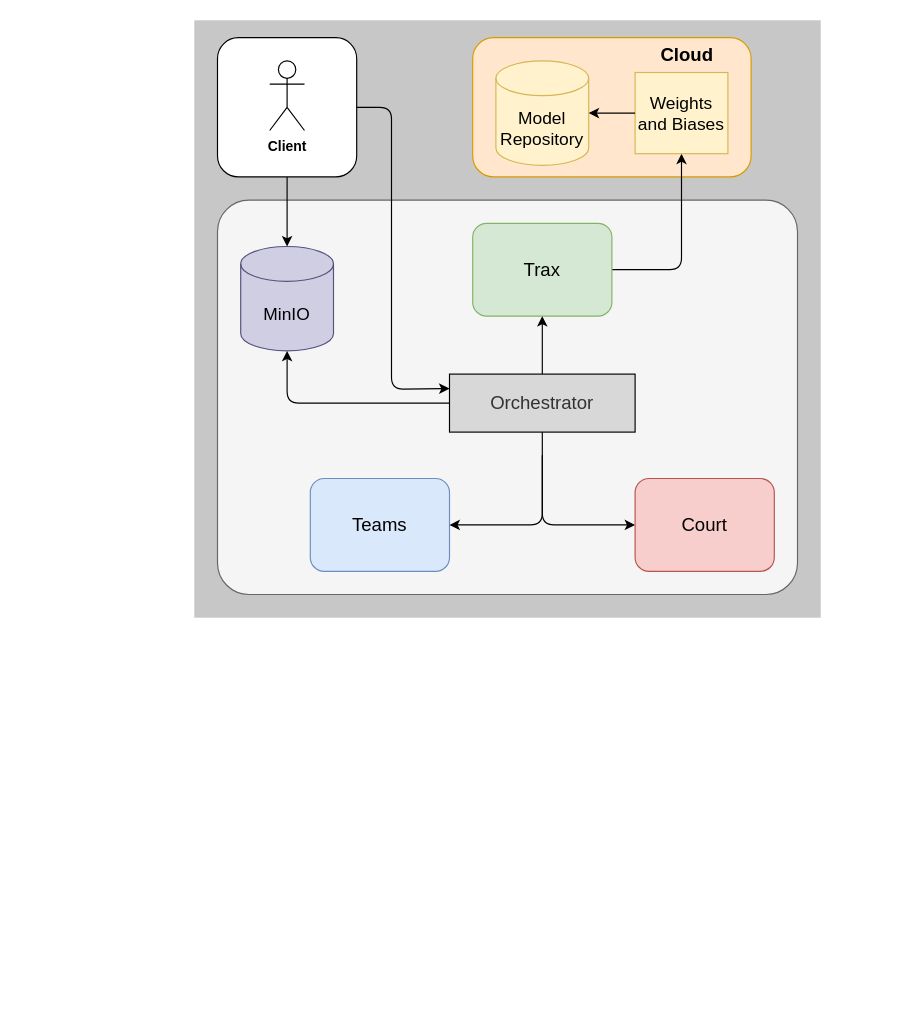
mosmar99/Basketball-Tracker keeps this draw.io diagram as bt_architecture.drawio. Above is the earlier version. Source tidied: cells renumbered, new cells numbered last; positions are measured from the earlier drawing's top-left corner, leaving out a move shared by most shapes. Both pictures are drawn from the tidied source at 116%, with x=0, y=0 at pixel (194, 20).
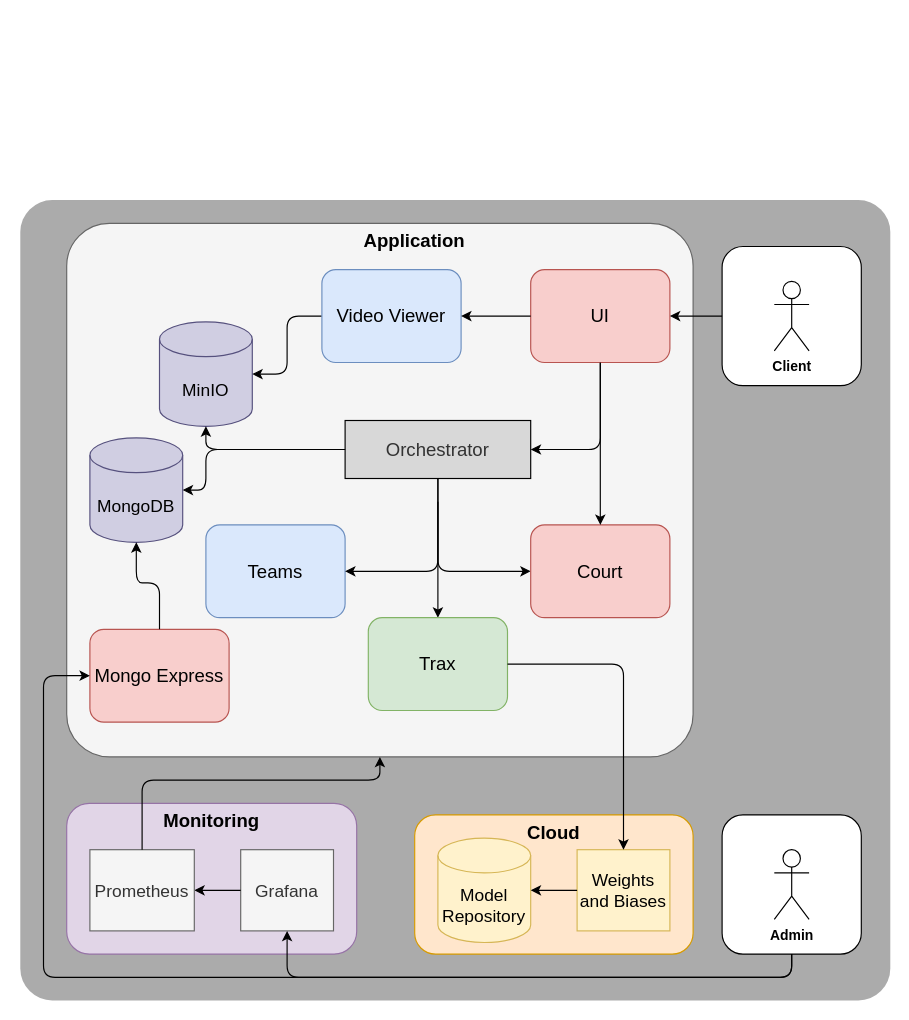
Above is the later version.

Diff of the diagram source:
```diff
@@
-    <mxCell id="2" style="rounded=0;whiteSpace=wrap;html=1;fillColor=#C7C7C7;fontColor=#333333;strokeColor=none;arcSize=5;" parent="1" vertex="1">
-      <mxGeometry width="540" height="515" as="geometry" />
-    </mxCell>
+    <mxCell id="24" style="rounded=1;whiteSpace=wrap;html=1;fillColor=#ABABAB;strokeColor=none;arcSize=4;fontColor=#333333;" parent="1" vertex="1">
+      <mxGeometry x="-150" y="155" width="750" height="690" as="geometry" />
+    </mxCell>
+    <mxCell id="4" style="rounded=1;whiteSpace=wrap;html=1;fontStyle=1;fillColor=#ffe6cc;strokeColor=#d79b00;" parent="1" vertex="1">
+      <mxGeometry x="190" y="685" width="240" height="120" as="geometry" />
+    </mxCell>
+    <mxCell id="12" value="&lt;font style=&quot;font-size: 15px;&quot;&gt;Weights and Biases&lt;/font&gt;" style="rounded=0;whiteSpace=wrap;html=1;fillColor=#fff2cc;strokeColor=#d6b656;" parent="1" vertex="1">
+      <mxGeometry x="330" y="715" width="80" height="70" as="geometry" />
+    </mxCell>
+    <mxCell id="13" value="&lt;font style=&quot;font-size: 15px;&quot;&gt;Model&lt;/font&gt;&lt;div&gt;&lt;font style=&quot;font-size: 15px;&quot;&gt;Repository&lt;/font&gt;&lt;/div&gt;" style="shape=cylinder3;whiteSpace=wrap;html=1;boundedLbl=1;backgroundOutline=1;size=15;fillColor=#fff2cc;strokeColor=#d6b656;" parent="1" vertex="1">
+      <mxGeometry x="210" y="705" width="80" height="90" as="geometry" />
+    </mxCell>
+    <mxCell id="15" style="edgeStyle=none;html=1;entryX=1;entryY=0.5;entryDx=0;entryDy=0;entryPerimeter=0;" parent="1" edge="1" source="12" target="13">
+      <mxGeometry relative="1" as="geometry" />
+    </mxCell>
+    <mxCell id="16" value="&lt;b&gt;Cloud&lt;/b&gt;" style="text;html=1;align=center;verticalAlign=middle;whiteSpace=wrap;rounded=0;fontSize=16;" parent="1" vertex="1">
+      <mxGeometry x="275" y="685" width="70" height="30" as="geometry" />
+    </mxCell>
+    <mxCell id="20" style="rounded=1;whiteSpace=wrap;html=1;" parent="1" vertex="1">
+      <mxGeometry x="455" y="195" width="120" height="120" as="geometry" />
+    </mxCell>
+    <mxCell id="21" value="&lt;b&gt;Client&lt;/b&gt;" style="shape=umlActor;verticalLabelPosition=bottom;verticalAlign=top;html=1;" parent="1" vertex="1">
+      <mxGeometry x="500" y="225" width="30" height="60" as="geometry" />
+    </mxCell>
     <mxCell id="3" style="rounded=1;whiteSpace=wrap;html=1;fillColor=#f5f5f5;strokeColor=#666666;arcSize=8;fontColor=#333333;" parent="1" vertex="1">
-      <mxGeometry x="20" y="155" width="500" height="340" as="geometry" />
+      <mxGeometry x="-110" y="175" width="540" height="460" as="geometry" />
     </mxCell>
-    <mxCell id="4" style="rounded=1;whiteSpace=wrap;html=1;fontStyle=1;fillColor=#ffe6cc;strokeColor=#d79b00;" parent="1" vertex="1">
-      <mxGeometry x="240" y="15" width="240" height="120" as="geometry" />
-    </mxCell>
     <mxCell id="5" style="edgeStyle=none;html=1;entryX=0;entryY=0.5;entryDx=0;entryDy=0;exitX=0.5;exitY=1;exitDx=0;exitDy=0;exitPerimeter=0;" parent="1" edge="1" source="7" target="11">
       <mxGeometry relative="1" as="geometry">
         <Array as="points">
-          <mxPoint x="300" y="435" />
+          <mxPoint x="210" y="475" />
         </Array>
       </mxGeometry>
     </mxCell>
-    <mxCell id="6" style="edgeStyle=none;html=1;entryX=0.5;entryY=1;entryDx=0;entryDy=0;" parent="1" edge="1" source="7" target="9">
+    <mxCell id="6" style="edgeStyle=orthogonalEdgeStyle;rounded=0;jettySize=auto;html=1;entryX=0.5;entryY=0;entryDx=0;entryDy=0;" parent="1" edge="1" source="7" target="9">
       <mxGeometry relative="1" as="geometry" />
     </mxCell>
     <mxCell id="7" value="&lt;font style=&quot;font-size: 16px;&quot;&gt;Orchestrator&lt;/font&gt;" style="rounded=0;whiteSpace=wrap;html=1;fillColor=#D8D8D8;strokeColor=#000000;fontColor=#333333;" parent="1" vertex="1">
-      <mxGeometry x="220" y="305" width="160" height="50" as="geometry" />
+      <mxGeometry x="130" y="345" width="160" height="50" as="geometry" />
     </mxCell>
-    <mxCell id="8" style="edgeStyle=none;html=1;entryX=0.5;entryY=1;entryDx=0;entryDy=0;" parent="1" edge="1" source="9" target="12">
-      <mxGeometry relative="1" as="geometry">
-        <Array as="points">
-          <mxPoint x="420" y="215" />
-        </Array>
-      </mxGeometry>
-    </mxCell>
-    <mxCell id="9" value="&lt;font style=&quot;font-size: 16px;&quot;&gt;Trax&lt;/font&gt;" style="rounded=1;whiteSpace=wrap;html=1;fillColor=#d5e8d4;strokeColor=#82b366;" parent="1" vertex="1">
-      <mxGeometry x="240" y="175" width="120" height="80" as="geometry" />
-    </mxCell>
     <mxCell id="10" value="&lt;font style=&quot;font-size: 16px;&quot;&gt;Teams&lt;/font&gt;" style="rounded=1;whiteSpace=wrap;html=1;fillColor=#dae8fc;strokeColor=#6c8ebf;" parent="1" vertex="1">
-      <mxGeometry x="100" y="395" width="120" height="80" as="geometry" />
+      <mxGeometry x="10" y="435" width="120" height="80" as="geometry" />
     </mxCell>
     <mxCell id="11" value="&lt;font style=&quot;font-size: 16px;&quot;&gt;Court&lt;/font&gt;" style="rounded=1;whiteSpace=wrap;html=1;fillColor=#f8cecc;strokeColor=#b85450;" parent="1" vertex="1">
-      <mxGeometry x="380" y="395" width="120" height="80" as="geometry" />
+      <mxGeometry x="290" y="435" width="120" height="80" as="geometry" />
     </mxCell>
-    <mxCell id="12" value="&lt;font style=&quot;font-size: 15px;&quot;&gt;Weights and Biases&lt;/font&gt;" style="rounded=0;whiteSpace=wrap;html=1;fillColor=#fff2cc;strokeColor=#d6b656;" parent="1" vertex="1">
-      <mxGeometry x="380" y="45" width="80" height="70" as="geometry" />
-    </mxCell>
-    <mxCell id="13" value="&lt;font style=&quot;font-size: 15px;&quot;&gt;Model&lt;/font&gt;&lt;div&gt;&lt;font style=&quot;font-size: 15px;&quot;&gt;Repository&lt;/font&gt;&lt;/div&gt;" style="shape=cylinder3;whiteSpace=wrap;html=1;boundedLbl=1;backgroundOutline=1;size=15;fillColor=#fff2cc;strokeColor=#d6b656;" parent="1" vertex="1">
-      <mxGeometry x="260" y="35" width="80" height="90" as="geometry" />
-    </mxCell>
     <mxCell id="14" style="edgeStyle=none;html=1;entryX=0;entryY=0.5;entryDx=0;entryDy=0;" parent="1" edge="1">
       <mxGeometry relative="1" as="geometry">
-        <mxPoint x="300" y="375" as="sourcePoint" />
-        <mxPoint x="220" y="435" as="targetPoint" />
+        <mxPoint x="210" y="415" as="sourcePoint" />
+        <mxPoint x="130" y="475" as="targetPoint" />
         <Array as="points">
-          <mxPoint x="300" y="435" />
+          <mxPoint x="210" y="475" />
         </Array>
       </mxGeometry>
     </mxCell>
-    <mxCell id="15" style="edgeStyle=none;html=1;entryX=1;entryY=0.5;entryDx=0;entryDy=0;entryPerimeter=0;" parent="1" edge="1" source="12" target="13">
-      <mxGeometry relative="1" as="geometry" />
-    </mxCell>
-    <mxCell id="16" value="&lt;b&gt;Cloud&lt;/b&gt;" style="text;html=1;align=center;verticalAlign=middle;whiteSpace=wrap;rounded=0;fontSize=16;" parent="1" vertex="1">
-      <mxGeometry x="390" y="15" width="70" height="30" as="geometry" />
-    </mxCell>
     <mxCell id="17" value="&lt;span style=&quot;font-size: 15px;&quot;&gt;MinIO&lt;/span&gt;" style="shape=cylinder3;whiteSpace=wrap;html=1;boundedLbl=1;backgroundOutline=1;size=15;fillColor=#d0cee2;strokeColor=#56517e;" parent="1" vertex="1">
-      <mxGeometry x="40" y="195" width="80" height="90" as="geometry" />
+      <mxGeometry x="-30" y="260" width="80" height="90" as="geometry" />
     </mxCell>
     <mxCell id="18" style="edgeStyle=none;html=1;entryX=0.5;entryY=1;entryDx=0;entryDy=0;entryPerimeter=0;" parent="1" edge="1" source="7" target="17">
       <mxGeometry relative="1" as="geometry">
         <Array as="points">
-          <mxPoint x="80" y="330" />
+          <mxPoint x="10" y="370" />
         </Array>
       </mxGeometry>
     </mxCell>
-    <mxCell id="19" style="group;" parent="1" vertex="1">
-      <mxGeometry x="20" y="15" width="570" height="570" as="geometry" />
-    </mxCell>
-    <mxCell id="20" style="rounded=1;whiteSpace=wrap;html=1;" parent="19" vertex="1">
-      <mxGeometry width="120" height="120" as="geometry" />
-    </mxCell>
-    <mxCell id="21" value="&lt;b&gt;Client&lt;/b&gt;" style="shape=umlActor;verticalLabelPosition=bottom;verticalAlign=top;html=1;" parent="19" vertex="1">
-      <mxGeometry x="45" y="20" width="30" height="60" as="geometry" />
-    </mxCell>
-    <mxCell id="22" style="edgeStyle=none;html=1;entryX=0.5;entryY=0;entryDx=0;entryDy=0;entryPerimeter=0;" parent="1" edge="1" source="20" target="17">
-      <mxGeometry relative="1" as="geometry" />
-    </mxCell>
-    <mxCell id="23" style="edgeStyle=none;html=1;entryX=0;entryY=0.25;entryDx=0;entryDy=0;" parent="1" edge="1" source="20" target="7">
-      <mxGeometry relative="1" as="geometry">
-        <Array as="points">
-          <mxPoint x="170" y="75" />
-          <mxPoint x="170" y="318" />
-        </Array>
-      </mxGeometry>
-    </mxCell>
+    <mxCell id="25" style="edgeStyle=orthogonalEdgeStyle;rounded=0;jettySize=auto;html=1;exitX=0.5;exitY=1;exitDx=0;exitDy=0;" parent="1" edge="1" source="26" target="11">
+      <mxGeometry relative="1" as="geometry" />
+    </mxCell>
+    <mxCell id="26" value="&lt;font style=&quot;font-size: 16px;&quot;&gt;UI&lt;/font&gt;" style="rounded=1;whiteSpace=wrap;html=1;fillColor=#f8cecc;strokeColor=#b85450;" parent="1" vertex="1">
+      <mxGeometry x="290" y="215" width="120" height="80" as="geometry" />
+    </mxCell>
+    <mxCell id="9" value="&lt;font style=&quot;font-size: 16px;&quot;&gt;Trax&lt;/font&gt;" style="rounded=1;whiteSpace=wrap;html=1;fillColor=#d5e8d4;strokeColor=#82b366;" parent="1" vertex="1">
+      <mxGeometry x="150" y="515" width="120" height="80" as="geometry" />
+    </mxCell>
+    <mxCell id="27" style="edgeStyle=none;html=1;entryX=1;entryY=0.5;entryDx=0;entryDy=0;" parent="1" edge="1" target="7">
+      <mxGeometry relative="1" as="geometry">
+        <mxPoint x="350" y="295" as="sourcePoint" />
+        <Array as="points">
+          <mxPoint x="350" y="370" />
+        </Array>
+      </mxGeometry>
+    </mxCell>
+    <mxCell id="28" style="edgeStyle=none;html=1;entryX=1;entryY=0.5;entryDx=0;entryDy=0;entryPerimeter=0;exitX=0;exitY=0.5;exitDx=0;exitDy=0;" parent="1" edge="1" source="45" target="17">
+      <mxGeometry relative="1" as="geometry">
+        <Array as="points">
+          <mxPoint x="80" y="255" />
+          <mxPoint x="80" y="305" />
+        </Array>
+      </mxGeometry>
+    </mxCell>
+    <mxCell id="8" style="edgeStyle=none;html=1;entryX=0.5;entryY=0;entryDx=0;entryDy=0;exitX=1;exitY=0.5;exitDx=0;exitDy=0;" parent="1" edge="1" source="9" target="12">
+      <mxGeometry relative="1" as="geometry">
+        <Array as="points">
+          <mxPoint x="370" y="555" />
+        </Array>
+      </mxGeometry>
+    </mxCell>
+    <mxCell id="29" style="edgeStyle=none;html=1;entryX=1;entryY=0.5;entryDx=0;entryDy=0;exitX=0;exitY=0.5;exitDx=0;exitDy=0;" parent="1" edge="1" source="20" target="26">
+      <mxGeometry relative="1" as="geometry">
+        <Array as="points">
+          <mxPoint x="440" y="255" />
+        </Array>
+      </mxGeometry>
+    </mxCell>
+    <mxCell id="30" value="&lt;b&gt;Application&lt;/b&gt;" style="text;html=1;align=center;verticalAlign=middle;whiteSpace=wrap;rounded=0;fontSize=16;" parent="1" vertex="1">
+      <mxGeometry x="155" y="175" width="70" height="30" as="geometry" />
+    </mxCell>
+    <mxCell id="31" style="rounded=1;whiteSpace=wrap;html=1;fontStyle=1;fillColor=#e1d5e7;strokeColor=#9673a6;" parent="1" vertex="1">
+      <mxGeometry x="-110" y="675" width="250" height="130" as="geometry" />
+    </mxCell>
+    <mxCell id="32" value="&lt;font style=&quot;font-size: 15px;&quot;&gt;Grafana&lt;/font&gt;" style="rounded=0;whiteSpace=wrap;html=1;fillColor=#f5f5f5;strokeColor=#666666;fontColor=#333333;" parent="1" vertex="1">
+      <mxGeometry x="40" y="715" width="80" height="70" as="geometry" />
+    </mxCell>
+    <mxCell id="33" style="edgeStyle=none;html=1;entryX=1;entryY=0.5;entryDx=0;entryDy=0;entryPerimeter=0;" parent="1" edge="1" source="32">
+      <mxGeometry relative="1" as="geometry">
+        <mxPoint y="750" as="targetPoint" />
+      </mxGeometry>
+    </mxCell>
+    <mxCell id="34" value="&lt;b&gt;Monitoring&lt;/b&gt;" style="text;html=1;align=center;verticalAlign=middle;whiteSpace=wrap;rounded=0;fontSize=16;" parent="1" vertex="1">
+      <mxGeometry x="-20" y="675" width="70" height="30" as="geometry" />
+    </mxCell>
+    <mxCell id="35" style="rounded=1;whiteSpace=wrap;html=1;" parent="1" vertex="1">
+      <mxGeometry x="455" y="685" width="120" height="120" as="geometry" />
+    </mxCell>
+    <mxCell id="36" value="&lt;b&gt;Admin&lt;/b&gt;" style="shape=umlActor;verticalLabelPosition=bottom;verticalAlign=top;html=1;" parent="1" vertex="1">
+      <mxGeometry x="500" y="715" width="30" height="60" as="geometry" />
+    </mxCell>
+    <mxCell id="37" value="&lt;span style=&quot;font-size: 15px;&quot;&gt;MongoDB&lt;/span&gt;" style="shape=cylinder3;whiteSpace=wrap;html=1;boundedLbl=1;backgroundOutline=1;size=15;fillColor=#d0cee2;strokeColor=#56517e;" parent="1" vertex="1">
+      <mxGeometry x="-90" y="360" width="80" height="90" as="geometry" />
+    </mxCell>
+    <mxCell id="38" style="edgeStyle=none;html=1;entryX=1;entryY=0.5;entryDx=0;entryDy=0;entryPerimeter=0;exitX=0;exitY=0.5;exitDx=0;exitDy=0;" parent="1" edge="1" source="7" target="37">
+      <mxGeometry relative="1" as="geometry">
+        <Array as="points">
+          <mxPoint x="10" y="370" />
+          <mxPoint x="10" y="405" />
+        </Array>
+      </mxGeometry>
+    </mxCell>
+    <mxCell id="39" value="&lt;font style=&quot;font-size: 15px;&quot;&gt;Prometheus&lt;/font&gt;" style="rounded=0;whiteSpace=wrap;html=1;fillColor=#f5f5f5;strokeColor=#666666;fontColor=#333333;" parent="1" vertex="1">
+      <mxGeometry x="-90" y="715" width="90" height="70" as="geometry" />
+    </mxCell>
+    <mxCell id="40" style="edgeStyle=none;html=1;entryX=0.5;entryY=1;entryDx=0;entryDy=0;exitX=0.5;exitY=0;exitDx=0;exitDy=0;" parent="1" edge="1" source="39" target="3">
+      <mxGeometry relative="1" as="geometry">
+        <Array as="points">
+          <mxPoint x="-45" y="655" />
+          <mxPoint x="160" y="655" />
+        </Array>
+      </mxGeometry>
+    </mxCell>
+    <mxCell id="41" value="&lt;font style=&quot;font-size: 16px;&quot;&gt;Mongo Express&lt;/font&gt;" style="rounded=1;whiteSpace=wrap;html=1;fillColor=#f8cecc;strokeColor=#b85450;" parent="1" vertex="1">
+      <mxGeometry x="-90" y="525" width="120" height="80" as="geometry" />
+    </mxCell>
+    <mxCell id="42" style="edgeStyle=none;html=1;entryX=0.5;entryY=1;entryDx=0;entryDy=0;entryPerimeter=0;exitX=0.5;exitY=0;exitDx=0;exitDy=0;" parent="1" edge="1" source="41" target="37">
+      <mxGeometry relative="1" as="geometry">
+        <Array as="points">
+          <mxPoint x="-30" y="485" />
+          <mxPoint x="-50" y="485" />
+        </Array>
+      </mxGeometry>
+    </mxCell>
+    <mxCell id="43" style="edgeStyle=none;html=1;entryX=0.5;entryY=1;entryDx=0;entryDy=0;exitX=0.5;exitY=1;exitDx=0;exitDy=0;" parent="1" edge="1" source="35" target="32">
+      <mxGeometry relative="1" as="geometry">
+        <Array as="points">
+          <mxPoint x="515" y="825" />
+          <mxPoint x="80" y="825" />
+        </Array>
+      </mxGeometry>
+    </mxCell>
+    <mxCell id="44" style="edgeStyle=none;html=1;exitX=0.5;exitY=1;exitDx=0;exitDy=0;entryX=0;entryY=0.5;entryDx=0;entryDy=0;" parent="1" edge="1" target="41">
+      <mxGeometry relative="1" as="geometry">
+        <mxPoint x="515" y="805" as="sourcePoint" />
+        <Array as="points">
+          <mxPoint x="515" y="825" />
+          <mxPoint x="-130" y="825" />
+          <mxPoint x="-130" y="565" />
+        </Array>
+      </mxGeometry>
+    </mxCell>
+    <mxCell id="45" value="&lt;font style=&quot;font-size: 16px;&quot;&gt;Video Viewer&lt;/font&gt;" style="rounded=1;whiteSpace=wrap;html=1;fillColor=#dae8fc;strokeColor=#6c8ebf;" parent="1" vertex="1">
+      <mxGeometry x="110" y="215" width="120" height="80" as="geometry" />
+    </mxCell>
+    <mxCell id="46" style="edgeStyle=none;html=1;entryX=1;entryY=0.5;entryDx=0;entryDy=0;exitX=0;exitY=0.5;exitDx=0;exitDy=0;" parent="1" edge="1" source="26" target="45">
+      <mxGeometry relative="1" as="geometry" />
+    </mxCell>
```
